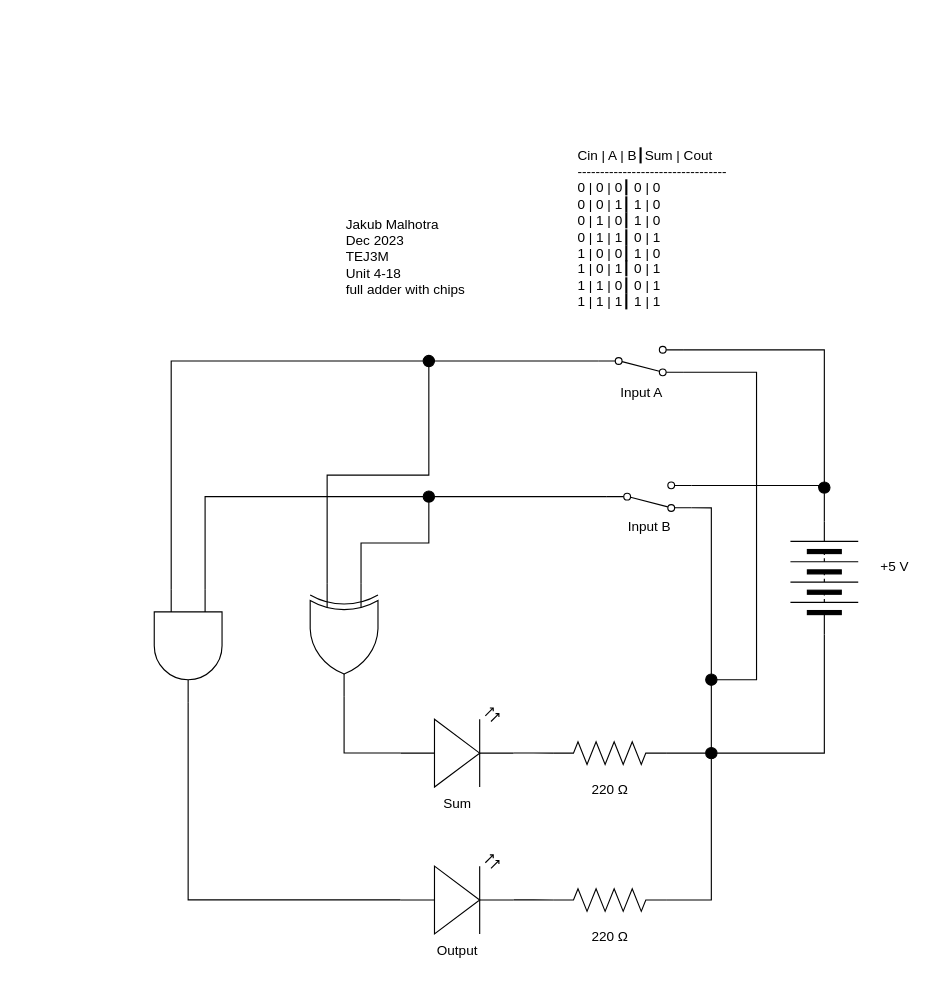
Above: 4-18/4-18.drawio in jakub-malhotra/TEJ3M-Unit-4 (draw.io), before the change. Source tidied: cells renumbered, new cells numbered last; positions are measured from the earlier drawing's top-left corner, leaving out a move shared by most shapes. Both pictures are drawn from the tidied source at 113%, with x=0, y=0 at pixel (131, 138).
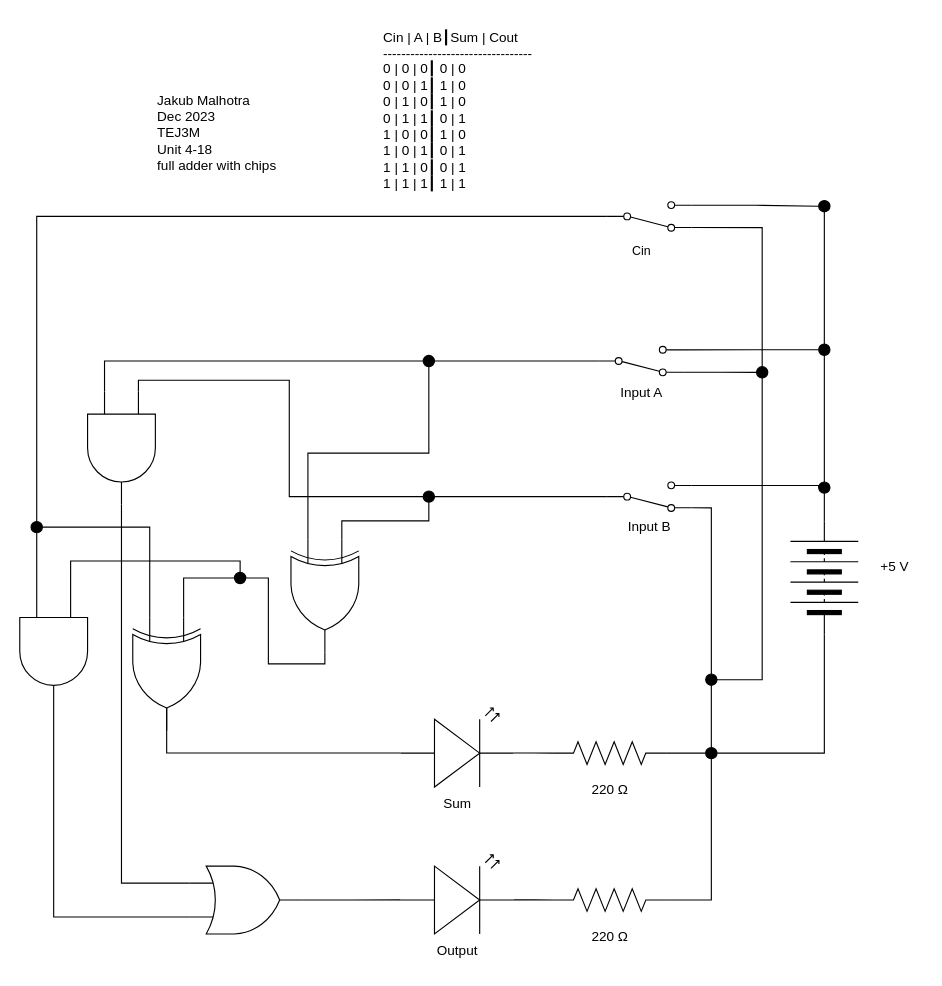
After the change.

The change refers to these unchanged cells:
```xml
<mxCell id="9" style="ellipse;whiteSpace=wrap;html=1;strokeColor=#000000;fillStyle=solid;fillColor=#000000;" parent="1" vertex="1">
  <mxGeometry x="608" y="304" width="10" height="10" as="geometry" />
</mxCell>
<mxCell id="16" style="verticalLabelPosition=bottom;shadow=0;dashed=0;align=center;html=1;verticalAlign=top;shape=mxgraph.electrical.opto_electronics.led_2;" parent="1" vertex="1">
  <mxGeometry x="238" y="504" width="100" height="70" as="geometry" />
</mxCell>
<mxCell id="25" style="shape=mxgraph.electrical.electro-mechanical.twoWaySwitch;elSwitchState=2;flipV=1;" parent="1" vertex="1">
  <mxGeometry x="413" y="184" width="75" height="26" as="geometry" />
</mxCell>
<mxCell id="28" style="ellipse;whiteSpace=wrap;html=1;strokeColor=#000000;fillStyle=solid;fillColor=#000000;" parent="1" vertex="1">
  <mxGeometry x="508" y="474" width="10" height="10" as="geometry" />
</mxCell>
<mxCell id="32" style="verticalLabelPosition=bottom;shadow=0;dashed=0;align=center;html=1;verticalAlign=top;shape=mxgraph.electrical.opto_electronics.led_2;" parent="1" vertex="1">
  <mxGeometry x="238" y="634" width="100" height="70" as="geometry" />
</mxCell>
<mxCell id="40" style="ellipse;whiteSpace=wrap;html=1;strokeColor=#000000;fillStyle=solid;fillColor=#000000;" parent="1" vertex="1">
  <mxGeometry x="258" y="192" width="10" height="10" as="geometry" />
</mxCell>
<mxCell id="43" style="ellipse;whiteSpace=wrap;html=1;strokeColor=#000000;fillStyle=solid;fillColor=#000000;" parent="1" vertex="1">
  <mxGeometry x="258" y="312" width="10" height="10" as="geometry" />
</mxCell>
```

Change to the diagram source:
```diff
@@
     <mxCell id="2" value="&lt;div&gt;Jakub Malhotra&lt;/div&gt;&lt;div&gt;Dec 2023&lt;/div&gt;&lt;div&gt;TEJ3M&lt;/div&gt;&lt;div&gt;Unit 4-18&lt;/div&gt;&lt;div&gt;full adder with chips&lt;/div&gt;" style="text;html=1;align=left;verticalAlign=middle;strokeColor=none;fillColor=none;" parent="1" vertex="1">
-      <mxGeometry x="188" y="60" width="130" height="90" as="geometry" />
+      <mxGeometry x="21" y="-50" width="130" height="90" as="geometry" />
     </mxCell>
     <mxCell id="3" value="&lt;div&gt;Cin | A | B┃Sum | Cout&lt;/div&gt;&lt;div&gt;---------------------------------&lt;/div&gt;&lt;div&gt;0 | 0 | 0┃ 0 | 0&lt;/div&gt;&lt;div&gt;0 | 0 | 1┃ 1 | 0&lt;/div&gt;&lt;div&gt;0 | 1 | 0┃ 1 | 0&lt;/div&gt;&lt;div&gt;0 | 1 | 1┃ 0 | 1&lt;/div&gt;&lt;div&gt;1 | 0 | 0┃ 1 | 0&lt;/div&gt;&lt;div&gt;1 | 0 | 1┃ 0 | 1&lt;/div&gt;&lt;div&gt;1 | 1 | 0┃ 0 | 1&lt;/div&gt;&lt;div&gt;1 | 1 | 1┃ 1 | 1&lt;/div&gt;" style="text;html=1;align=left;verticalAlign=middle;strokeColor=none;fillColor=none;" parent="1" vertex="1">
-      <mxGeometry x="393" width="160" height="160" as="geometry" />
+      <mxGeometry x="221" y="-105" width="160" height="160" as="geometry" />
     </mxCell>
@@
-    <mxCell id="8" style="edgeStyle=orthogonalEdgeStyle;html=1;exitX=0;exitY=0;exitDx=0;exitDy=0;entryX=1;entryY=0.12;entryDx=0;entryDy=0;rounded=0;endArrow=none;endFill=0;" parent="1" edge="1" source="9" target="25">
-      <mxGeometry relative="1" as="geometry">
-        <Array as="points">
-          <mxPoint x="613" y="306" />
-          <mxPoint x="613" y="187" />
-        </Array>
-      </mxGeometry>
-    </mxCell>
+    <mxCell id="44" style="edgeStyle=orthogonalEdgeStyle;shape=connector;rounded=0;html=1;exitX=0.5;exitY=0;exitDx=0;exitDy=0;entryX=0.5;entryY=1;entryDx=0;entryDy=0;labelBackgroundColor=default;strokeColor=default;fontFamily=Helvetica;fontSize=11;fontColor=default;endArrow=none;endFill=0;" parent="1" edge="1" source="9" target="58">
+      <mxGeometry relative="1" as="geometry" />
+    </mxCell>
@@
+    <mxCell id="45" style="edgeStyle=orthogonalEdgeStyle;shape=connector;rounded=0;html=1;exitX=0;exitY=0.57;exitDx=0;exitDy=0;exitPerimeter=0;entryX=1;entryY=0.5;entryDx=0;entryDy=0;entryPerimeter=0;labelBackgroundColor=default;strokeColor=default;fontFamily=Helvetica;fontSize=11;fontColor=default;endArrow=none;endFill=0;" parent="1" edge="1" source="16" target="69">
+      <mxGeometry relative="1" as="geometry" />
+    </mxCell>
@@
-    <mxCell id="23" style="edgeStyle=orthogonalEdgeStyle;rounded=0;html=1;exitX=1;exitY=0.88;exitDx=0;exitDy=0;entryX=1;entryY=0.5;entryDx=0;entryDy=0;endArrow=none;endFill=0;" parent="1" edge="1" source="25" target="28">
-      <mxGeometry relative="1" as="geometry">
-        <Array as="points">
-          <mxPoint x="553" y="207" />
-          <mxPoint x="553" y="479" />
-        </Array>
-      </mxGeometry>
-    </mxCell>
@@
+    <mxCell id="46" style="edgeStyle=orthogonalEdgeStyle;shape=connector;rounded=0;html=1;exitX=1;exitY=0.88;exitDx=0;exitDy=0;entryX=0;entryY=0.5;entryDx=0;entryDy=0;labelBackgroundColor=default;strokeColor=default;fontFamily=Helvetica;fontSize=11;fontColor=default;endArrow=none;endFill=0;" parent="1" edge="1" source="25" target="60">
+      <mxGeometry relative="1" as="geometry" />
+    </mxCell>
@@
+    <mxCell id="47" style="edgeStyle=orthogonalEdgeStyle;shape=connector;rounded=0;html=1;exitX=1;exitY=0.5;exitDx=0;exitDy=0;entryX=0.5;entryY=1;entryDx=0;entryDy=0;labelBackgroundColor=default;strokeColor=default;fontFamily=Helvetica;fontSize=11;fontColor=default;endArrow=none;endFill=0;" parent="1" edge="1" source="28" target="60">
+      <mxGeometry relative="1" as="geometry" />
+    </mxCell>
@@
-    <mxCell id="29" style="edgeStyle=orthogonalEdgeStyle;shape=connector;rounded=0;html=1;exitX=1;exitY=0.5;exitDx=0;exitDy=0;exitPerimeter=0;entryX=0;entryY=0.57;entryDx=0;entryDy=0;entryPerimeter=0;labelBackgroundColor=default;strokeColor=default;fontFamily=Helvetica;fontSize=11;fontColor=default;endArrow=none;endFill=0;" parent="1" edge="1" source="30" target="16">
-      <mxGeometry relative="1" as="geometry" />
-    </mxCell>
-    <mxCell id="30" style="verticalLabelPosition=bottom;shadow=0;dashed=0;align=center;html=1;verticalAlign=top;shape=mxgraph.electrical.logic_gates.logic_gate;operation=xor;rotation=90;" parent="1" vertex="1">
-      <mxGeometry x="138" y="414" width="100" height="60" as="geometry" />
-    </mxCell>
@@
-    <mxCell id="36" style="edgeStyle=orthogonalEdgeStyle;shape=connector;rounded=0;html=1;exitX=1;exitY=0.5;exitDx=0;exitDy=0;exitPerimeter=0;entryX=0;entryY=0.57;entryDx=0;entryDy=0;entryPerimeter=0;labelBackgroundColor=default;strokeColor=default;fontFamily=Helvetica;fontSize=11;fontColor=default;endArrow=none;endFill=0;" parent="1" edge="1" source="37" target="32">
-      <mxGeometry relative="1" as="geometry" />
-    </mxCell>
-    <mxCell id="37" style="verticalLabelPosition=bottom;shadow=0;dashed=0;align=center;html=1;verticalAlign=top;shape=mxgraph.electrical.logic_gates.logic_gate;operation=and;fontFamily=Helvetica;fontSize=11;fontColor=default;rotation=90;" parent="1" vertex="1">
-      <mxGeometry y="419" width="100" height="60" as="geometry" />
-    </mxCell>
-    <mxCell id="38" style="edgeStyle=orthogonalEdgeStyle;shape=connector;rounded=0;html=1;exitX=0;exitY=0.5;exitDx=0;exitDy=0;entryX=0;entryY=0.75;entryDx=0;entryDy=0;entryPerimeter=0;labelBackgroundColor=default;strokeColor=default;fontFamily=Helvetica;fontSize=11;fontColor=default;endArrow=none;endFill=0;" parent="1" edge="1" source="40" target="37">
-      <mxGeometry relative="1" as="geometry" />
-    </mxCell>
-    <mxCell id="39" style="edgeStyle=orthogonalEdgeStyle;shape=connector;rounded=0;html=1;exitX=0.5;exitY=1;exitDx=0;exitDy=0;entryX=0;entryY=0.75;entryDx=0;entryDy=0;entryPerimeter=0;labelBackgroundColor=default;strokeColor=default;fontFamily=Helvetica;fontSize=11;fontColor=default;endArrow=none;endFill=0;" parent="1" edge="1" source="40" target="30">
-      <mxGeometry relative="1" as="geometry">
-        <Array as="points">
-          <mxPoint x="263" y="298" />
-          <mxPoint x="173" y="298" />
-        </Array>
-      </mxGeometry>
-    </mxCell>
+    <mxCell id="48" style="edgeStyle=orthogonalEdgeStyle;shape=connector;rounded=0;html=1;exitX=0;exitY=0.5;exitDx=0;exitDy=0;entryX=0;entryY=0.75;entryDx=0;entryDy=0;entryPerimeter=0;labelBackgroundColor=default;strokeColor=default;fontFamily=Helvetica;fontSize=11;fontColor=default;endArrow=none;endFill=0;" parent="1" edge="1" source="40" target="76">
+      <mxGeometry relative="1" as="geometry" />
+    </mxCell>
@@
-    <mxCell id="41" style="edgeStyle=orthogonalEdgeStyle;shape=connector;rounded=0;html=1;exitX=0.5;exitY=1;exitDx=0;exitDy=0;entryX=0;entryY=0.25;entryDx=0;entryDy=0;entryPerimeter=0;labelBackgroundColor=default;strokeColor=default;fontFamily=Helvetica;fontSize=11;fontColor=default;endArrow=none;endFill=0;" parent="1" edge="1" source="43" target="30">
-      <mxGeometry relative="1" as="geometry" />
-    </mxCell>
-    <mxCell id="42" style="edgeStyle=orthogonalEdgeStyle;shape=connector;rounded=0;html=1;exitX=0;exitY=0.5;exitDx=0;exitDy=0;entryX=0;entryY=0.25;entryDx=0;entryDy=0;entryPerimeter=0;labelBackgroundColor=default;strokeColor=default;fontFamily=Helvetica;fontSize=11;fontColor=default;endArrow=none;endFill=0;" parent="1" edge="1" source="43" target="37">
-      <mxGeometry relative="1" as="geometry" />
-    </mxCell>
+    <mxCell id="49" style="edgeStyle=orthogonalEdgeStyle;shape=connector;rounded=0;html=1;exitX=0.5;exitY=1;exitDx=0;exitDy=0;entryX=0;entryY=0.25;entryDx=0;entryDy=0;entryPerimeter=0;labelBackgroundColor=default;strokeColor=default;fontFamily=Helvetica;fontSize=11;fontColor=default;endArrow=none;endFill=0;" parent="1" edge="1" source="43" target="74">
+      <mxGeometry relative="1" as="geometry" />
+    </mxCell>
+    <mxCell id="50" style="edgeStyle=orthogonalEdgeStyle;shape=connector;rounded=0;html=1;exitX=0;exitY=0.5;exitDx=0;exitDy=0;entryX=0;entryY=0.25;entryDx=0;entryDy=0;entryPerimeter=0;labelBackgroundColor=default;strokeColor=default;fontFamily=Helvetica;fontSize=11;fontColor=default;endArrow=none;endFill=0;" parent="1" edge="1" source="43" target="76">
+      <mxGeometry relative="1" as="geometry" />
+    </mxCell>
@@
+    <mxCell id="51" style="edgeStyle=orthogonalEdgeStyle;shape=connector;rounded=0;html=1;exitX=0.5;exitY=1;exitDx=0;exitDy=0;entryX=0.5;entryY=0;entryDx=0;entryDy=0;labelBackgroundColor=default;strokeColor=default;fontFamily=Helvetica;fontSize=11;fontColor=default;endArrow=none;endFill=0;" parent="1" edge="1" source="52" target="58">
+      <mxGeometry relative="1" as="geometry" />
+    </mxCell>
+    <mxCell id="52" style="ellipse;whiteSpace=wrap;html=1;strokeColor=#000000;fillStyle=solid;fillColor=#000000;" parent="1" vertex="1">
+      <mxGeometry x="608" y="55" width="10" height="10" as="geometry" />
+    </mxCell>
+    <mxCell id="53" style="edgeStyle=orthogonalEdgeStyle;shape=connector;rounded=0;html=1;exitX=1;exitY=0.12;exitDx=0;exitDy=0;entryX=0;entryY=0.5;entryDx=0;entryDy=0;labelBackgroundColor=default;strokeColor=default;fontFamily=Helvetica;fontSize=11;fontColor=default;endArrow=none;endFill=0;" parent="1" edge="1" source="56" target="52">
+      <mxGeometry relative="1" as="geometry">
+        <Array as="points">
+          <mxPoint x="552" y="59" />
+          <mxPoint x="608" y="60" />
+        </Array>
+      </mxGeometry>
+    </mxCell>
+    <mxCell id="54" style="edgeStyle=orthogonalEdgeStyle;shape=connector;rounded=0;html=1;exitX=1;exitY=0.88;exitDx=0;exitDy=0;entryX=0.5;entryY=0;entryDx=0;entryDy=0;labelBackgroundColor=default;strokeColor=default;fontFamily=Helvetica;fontSize=11;fontColor=default;endArrow=none;endFill=0;" parent="1" edge="1" source="56" target="60">
+      <mxGeometry relative="1" as="geometry" />
+    </mxCell>
+    <mxCell id="55" style="edgeStyle=orthogonalEdgeStyle;shape=connector;rounded=0;html=1;exitX=0;exitY=0.5;exitDx=0;exitDy=0;entryX=0.5;entryY=0;entryDx=0;entryDy=0;labelBackgroundColor=default;strokeColor=default;fontFamily=Helvetica;fontSize=11;fontColor=default;endArrow=none;endFill=0;" parent="1" edge="1" source="56" target="66">
+      <mxGeometry relative="1" as="geometry" />
+    </mxCell>
+    <mxCell id="56" style="shape=mxgraph.electrical.electro-mechanical.twoWaySwitch;elSwitchState=2;flipV=1;" parent="1" vertex="1">
+      <mxGeometry x="420.5" y="56" width="75" height="26" as="geometry" />
+    </mxCell>
+    <mxCell id="57" style="edgeStyle=orthogonalEdgeStyle;shape=connector;rounded=0;html=1;exitX=0;exitY=0.5;exitDx=0;exitDy=0;entryX=1;entryY=0.12;entryDx=0;entryDy=0;labelBackgroundColor=default;strokeColor=default;fontFamily=Helvetica;fontSize=11;fontColor=default;endArrow=none;endFill=0;" parent="1" edge="1" source="58" target="25">
+      <mxGeometry relative="1" as="geometry" />
+    </mxCell>
+    <mxCell id="58" style="ellipse;whiteSpace=wrap;html=1;strokeColor=#000000;fillStyle=solid;fillColor=#000000;" parent="1" vertex="1">
+      <mxGeometry x="608" y="182" width="10" height="10" as="geometry" />
+    </mxCell>
+    <mxCell id="59" value="Cin" style="text;html=1;align=center;verticalAlign=middle;strokeColor=none;fillColor=none;fontSize=11;fontFamily=Helvetica;fontColor=default;" parent="1" vertex="1">
+      <mxGeometry x="431" y="85" width="40" height="30" as="geometry" />
+    </mxCell>
+    <mxCell id="60" style="ellipse;whiteSpace=wrap;html=1;strokeColor=#000000;fillStyle=solid;fillColor=#000000;" parent="1" vertex="1">
+      <mxGeometry x="553" y="202" width="10" height="10" as="geometry" />
+    </mxCell>
+    <mxCell id="61" style="edgeStyle=orthogonalEdgeStyle;shape=connector;rounded=0;html=1;exitX=1;exitY=0.5;exitDx=0;exitDy=0;exitPerimeter=0;entryX=0;entryY=0.75;entryDx=0;entryDy=0;entryPerimeter=0;labelBackgroundColor=default;strokeColor=default;fontFamily=Helvetica;fontSize=11;fontColor=default;endArrow=none;endFill=0;" parent="1" edge="1" source="63" target="68">
+      <mxGeometry relative="1" as="geometry" />
+    </mxCell>
+    <mxCell id="62" style="edgeStyle=orthogonalEdgeStyle;shape=connector;rounded=0;html=1;exitX=0;exitY=0.25;exitDx=0;exitDy=0;exitPerimeter=0;entryX=0.5;entryY=0;entryDx=0;entryDy=0;labelBackgroundColor=default;strokeColor=default;fontFamily=Helvetica;fontSize=11;fontColor=default;endArrow=none;endFill=0;" parent="1" edge="1" source="63" target="71">
+      <mxGeometry relative="1" as="geometry" />
+    </mxCell>
+    <mxCell id="63" style="verticalLabelPosition=bottom;shadow=0;dashed=0;align=center;html=1;verticalAlign=top;shape=mxgraph.electrical.logic_gates.logic_gate;operation=and;fontFamily=Helvetica;fontSize=11;fontColor=default;rotation=90;" parent="1" vertex="1">
+      <mxGeometry x="-119" y="424" width="100" height="60" as="geometry" />
+    </mxCell>
+    <mxCell id="64" style="edgeStyle=orthogonalEdgeStyle;shape=connector;rounded=0;html=1;exitX=0.5;exitY=1;exitDx=0;exitDy=0;entryX=0;entryY=0.75;entryDx=0;entryDy=0;entryPerimeter=0;labelBackgroundColor=default;strokeColor=default;fontFamily=Helvetica;fontSize=11;fontColor=default;endArrow=none;endFill=0;" parent="1" edge="1" source="66" target="63">
+      <mxGeometry relative="1" as="geometry" />
+    </mxCell>
+    <mxCell id="65" style="edgeStyle=orthogonalEdgeStyle;shape=connector;rounded=0;html=1;exitX=1;exitY=0.5;exitDx=0;exitDy=0;entryX=0;entryY=0.75;entryDx=0;entryDy=0;entryPerimeter=0;labelBackgroundColor=default;strokeColor=default;fontFamily=Helvetica;fontSize=11;fontColor=default;endArrow=none;endFill=0;" parent="1" edge="1" source="66" target="69">
+      <mxGeometry relative="1" as="geometry" />
+    </mxCell>
+    <mxCell id="66" style="ellipse;whiteSpace=wrap;html=1;strokeColor=#000000;fillStyle=solid;fillColor=#000000;" parent="1" vertex="1">
+      <mxGeometry x="-89" y="339" width="10" height="10" as="geometry" />
+    </mxCell>
+    <mxCell id="67" style="edgeStyle=orthogonalEdgeStyle;shape=connector;rounded=0;html=1;exitX=1;exitY=0.5;exitDx=0;exitDy=0;exitPerimeter=0;entryX=0;entryY=0.57;entryDx=0;entryDy=0;entryPerimeter=0;labelBackgroundColor=default;strokeColor=default;fontFamily=Helvetica;fontSize=11;fontColor=default;endArrow=none;endFill=0;" parent="1" edge="1" source="68" target="32">
+      <mxGeometry relative="1" as="geometry" />
+    </mxCell>
+    <mxCell id="68" style="verticalLabelPosition=bottom;shadow=0;dashed=0;align=center;html=1;verticalAlign=top;shape=mxgraph.electrical.logic_gates.logic_gate;operation=or;fontFamily=Helvetica;fontSize=11;fontColor=default;" parent="1" vertex="1">
+      <mxGeometry x="51" y="644" width="100" height="60" as="geometry" />
+    </mxCell>
+    <mxCell id="69" style="verticalLabelPosition=bottom;shadow=0;dashed=0;align=center;html=1;verticalAlign=top;shape=mxgraph.electrical.logic_gates.logic_gate;operation=xor;fontFamily=Helvetica;fontSize=11;fontColor=default;rotation=90;" parent="1" vertex="1">
+      <mxGeometry x="-19" y="444" width="100" height="60" as="geometry" />
+    </mxCell>
+    <mxCell id="70" style="edgeStyle=orthogonalEdgeStyle;shape=connector;rounded=0;html=1;exitX=0;exitY=0.5;exitDx=0;exitDy=0;entryX=0;entryY=0.25;entryDx=0;entryDy=0;entryPerimeter=0;labelBackgroundColor=default;strokeColor=default;fontFamily=Helvetica;fontSize=11;fontColor=default;endArrow=none;endFill=0;" parent="1" edge="1" source="71" target="69">
+      <mxGeometry relative="1" as="geometry" />
+    </mxCell>
+    <mxCell id="71" style="ellipse;whiteSpace=wrap;html=1;strokeColor=#000000;fillStyle=solid;fillColor=#000000;" parent="1" vertex="1">
+      <mxGeometry x="91" y="384" width="10" height="10" as="geometry" />
+    </mxCell>
+    <mxCell id="72" style="edgeStyle=orthogonalEdgeStyle;shape=connector;rounded=0;html=1;exitX=1;exitY=0.5;exitDx=0;exitDy=0;exitPerimeter=0;entryX=1;entryY=0.5;entryDx=0;entryDy=0;labelBackgroundColor=default;strokeColor=default;fontFamily=Helvetica;fontSize=11;fontColor=default;endArrow=none;endFill=0;" parent="1" edge="1" source="74" target="71">
+      <mxGeometry relative="1" as="geometry" />
+    </mxCell>
+    <mxCell id="73" style="edgeStyle=orthogonalEdgeStyle;shape=connector;rounded=0;html=1;exitX=0;exitY=0.75;exitDx=0;exitDy=0;exitPerimeter=0;entryX=0.5;entryY=1;entryDx=0;entryDy=0;labelBackgroundColor=default;strokeColor=default;fontFamily=Helvetica;fontSize=11;fontColor=default;endArrow=none;endFill=0;" parent="1" edge="1" source="74" target="40">
+      <mxGeometry relative="1" as="geometry" />
+    </mxCell>
+    <mxCell id="74" style="verticalLabelPosition=bottom;shadow=0;dashed=0;align=center;html=1;verticalAlign=top;shape=mxgraph.electrical.logic_gates.logic_gate;operation=xor;fontFamily=Helvetica;fontSize=11;fontColor=default;rotation=90;" parent="1" vertex="1">
+      <mxGeometry x="121" y="375" width="100" height="60" as="geometry" />
+    </mxCell>
+    <mxCell id="75" style="edgeStyle=orthogonalEdgeStyle;shape=connector;rounded=0;html=1;exitX=1;exitY=0.5;exitDx=0;exitDy=0;exitPerimeter=0;entryX=0;entryY=0.25;entryDx=0;entryDy=0;entryPerimeter=0;labelBackgroundColor=default;strokeColor=default;fontFamily=Helvetica;fontSize=11;fontColor=default;endArrow=none;endFill=0;" parent="1" edge="1" source="76" target="68">
+      <mxGeometry relative="1" as="geometry">
+        <Array as="points">
+          <mxPoint x="-9" y="334" />
+          <mxPoint x="-9" y="659" />
+        </Array>
+      </mxGeometry>
+    </mxCell>
+    <mxCell id="76" style="verticalLabelPosition=bottom;shadow=0;dashed=0;align=center;html=1;verticalAlign=top;shape=mxgraph.electrical.logic_gates.logic_gate;operation=and;fontFamily=Helvetica;fontSize=11;fontColor=default;rotation=90;" parent="1" vertex="1">
+      <mxGeometry x="-59" y="244" width="100" height="60" as="geometry" />
+    </mxCell>
```
